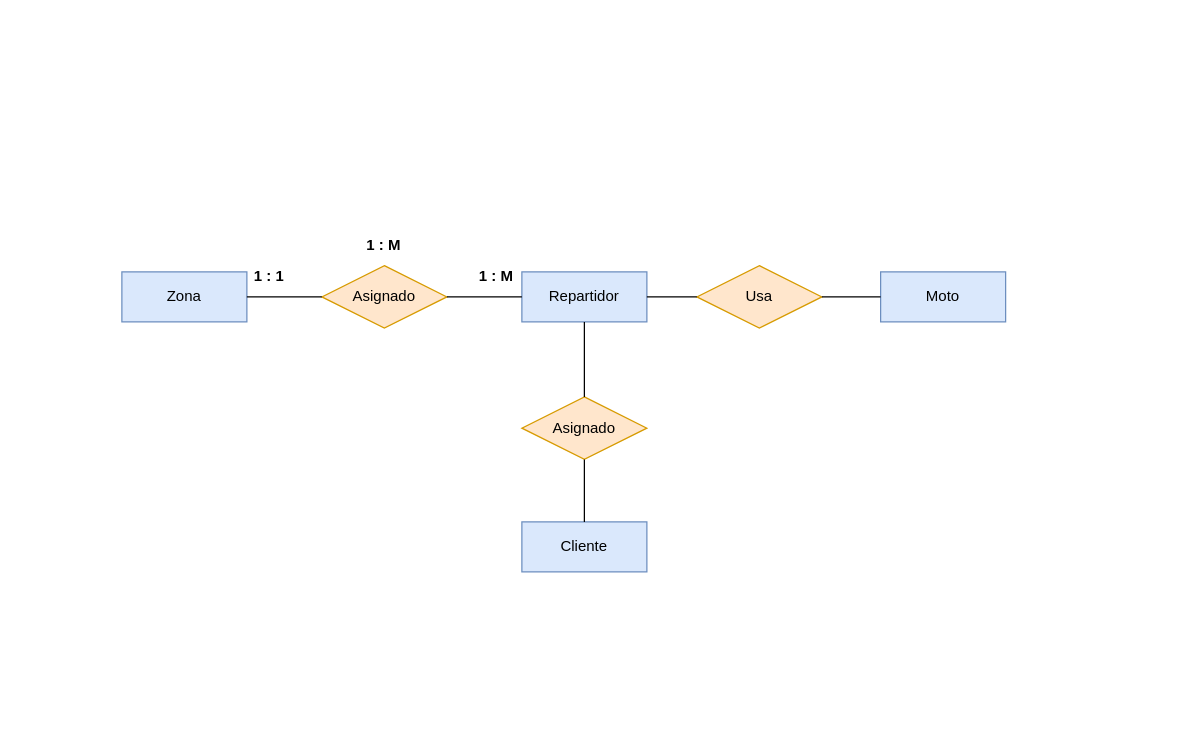
AngelDavidStudios/Diagramas_BdD_1 keeps this draw.io diagram as Progreso_1/TareaGrupal_P1_Diagrama_3.drawio. Above is the earlier version. Source tidied: cells renumbered, new cells numbered last; positions are measured from the earlier drawing's top-left corner, leaving out a move shared by most shapes. Both pictures are drawn from the tidied source at 125%, with x=0, y=0 at pixel (121, 228).
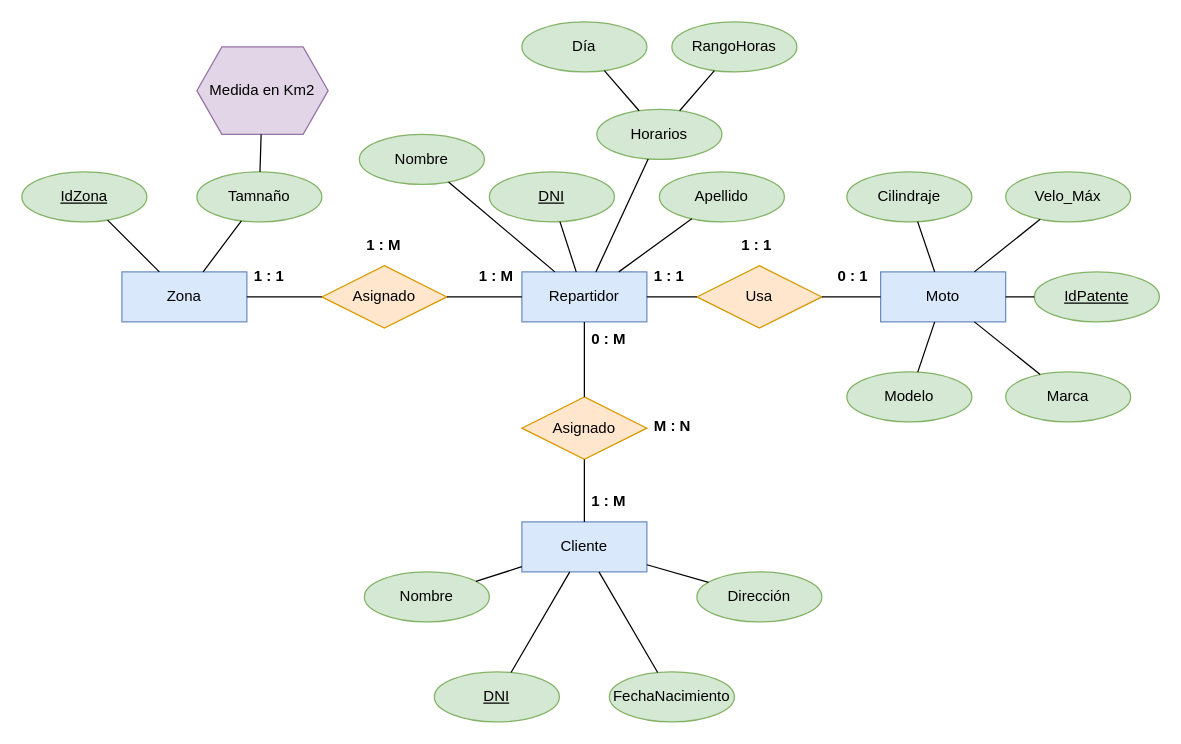
The same diagram, later.

Unchanged cells that the change refers to:
```xml
<mxCell id="2" value="Repartidor" style="whiteSpace=wrap;html=1;align=center;fillColor=#dae8fc;strokeColor=#6c8ebf;" parent="1" vertex="1">
  <mxGeometry x="320" y="35" width="100" height="40" as="geometry" />
</mxCell>
<mxCell id="3" value="Zona" style="whiteSpace=wrap;html=1;align=center;fillColor=#dae8fc;strokeColor=#6c8ebf;" parent="1" vertex="1">
  <mxGeometry y="35" width="100" height="40" as="geometry" />
</mxCell>
<mxCell id="4" value="Cliente" style="whiteSpace=wrap;html=1;align=center;fillColor=#dae8fc;strokeColor=#6c8ebf;" parent="1" vertex="1">
  <mxGeometry x="320" y="235" width="100" height="40" as="geometry" />
</mxCell>
<mxCell id="5" value="Moto" style="whiteSpace=wrap;html=1;align=center;fillColor=#dae8fc;strokeColor=#6c8ebf;" parent="1" vertex="1">
  <mxGeometry x="607" y="35" width="100" height="40" as="geometry" />
</mxCell>
```

What changed in the source:
```diff
@@
+    <mxCell id="18" value="M : N" style="text;strokeColor=none;fillColor=none;spacingLeft=4;spacingRight=4;overflow=hidden;fontSize=12;whiteSpace=wrap;html=1;fontStyle=1;" parent="1" vertex="1">
+      <mxGeometry x="420" y="145" width="40" height="30" as="geometry" />
+    </mxCell>
+    <mxCell id="19" value="0 : M" style="text;strokeColor=none;fillColor=none;spacingLeft=4;spacingRight=4;overflow=hidden;fontSize=12;whiteSpace=wrap;html=1;fontStyle=1;" parent="1" vertex="1">
+      <mxGeometry x="370" y="75" width="40" height="30" as="geometry" />
+    </mxCell>
+    <mxCell id="20" value="1 : M" style="text;strokeColor=none;fillColor=none;spacingLeft=4;spacingRight=4;overflow=hidden;fontSize=12;whiteSpace=wrap;html=1;fontStyle=1;" parent="1" vertex="1">
+      <mxGeometry x="370" y="205" width="40" height="30" as="geometry" />
+    </mxCell>
+    <mxCell id="21" value="1 : 1" style="text;strokeColor=none;fillColor=none;spacingLeft=4;spacingRight=4;overflow=hidden;fontSize=12;whiteSpace=wrap;html=1;fontStyle=1;" parent="1" vertex="1">
+      <mxGeometry x="490" width="40" height="30" as="geometry" />
+    </mxCell>
+    <mxCell id="22" value="0 : 1" style="text;strokeColor=none;fillColor=none;spacingLeft=4;spacingRight=4;overflow=hidden;fontSize=12;whiteSpace=wrap;html=1;fontStyle=1;" parent="1" vertex="1">
+      <mxGeometry x="567" y="25" width="40" height="30" as="geometry" />
+    </mxCell>
+    <mxCell id="23" value="1 : 1" style="text;strokeColor=none;fillColor=none;spacingLeft=4;spacingRight=4;overflow=hidden;fontSize=12;whiteSpace=wrap;html=1;fontStyle=1;" parent="1" vertex="1">
+      <mxGeometry x="420" y="25" width="40" height="30" as="geometry" />
+    </mxCell>
+    <mxCell id="24" value="DNI" style="ellipse;whiteSpace=wrap;html=1;align=center;fontStyle=4;fillColor=#d5e8d4;strokeColor=#82b366;" parent="1" vertex="1">
+      <mxGeometry x="294" y="-45" width="100" height="40" as="geometry" />
+    </mxCell>
+    <mxCell id="25" value="Nombre" style="ellipse;whiteSpace=wrap;html=1;align=center;fillColor=#d5e8d4;strokeColor=#82b366;" parent="1" vertex="1">
+      <mxGeometry x="190" y="-75" width="100" height="40" as="geometry" />
+    </mxCell>
+    <mxCell id="26" value="Apellido" style="ellipse;whiteSpace=wrap;html=1;align=center;fillColor=#d5e8d4;strokeColor=#82b366;" parent="1" vertex="1">
+      <mxGeometry x="430" y="-45" width="100" height="40" as="geometry" />
+    </mxCell>
+    <mxCell id="27" value="Horarios" style="ellipse;whiteSpace=wrap;html=1;align=center;fillColor=#d5e8d4;strokeColor=#82b366;" parent="1" vertex="1">
+      <mxGeometry x="380" y="-95" width="100" height="40" as="geometry" />
+    </mxCell>
+    <mxCell id="28" value="Día" style="ellipse;whiteSpace=wrap;html=1;align=center;fillColor=#d5e8d4;strokeColor=#82b366;" parent="1" vertex="1">
+      <mxGeometry x="320" y="-165" width="100" height="40" as="geometry" />
+    </mxCell>
+    <mxCell id="29" value="RangoHoras" style="ellipse;whiteSpace=wrap;html=1;align=center;fillColor=#d5e8d4;strokeColor=#82b366;" parent="1" vertex="1">
+      <mxGeometry x="440" y="-165" width="100" height="40" as="geometry" />
+    </mxCell>
+    <mxCell id="30" value="IdPatente" style="ellipse;whiteSpace=wrap;html=1;align=center;fontStyle=4;fillColor=#d5e8d4;strokeColor=#82b366;" parent="1" vertex="1">
+      <mxGeometry x="730" y="35" width="100" height="40" as="geometry" />
+    </mxCell>
+    <mxCell id="31" value="Cilindraje" style="ellipse;whiteSpace=wrap;html=1;align=center;fillColor=#d5e8d4;strokeColor=#82b366;" parent="1" vertex="1">
+      <mxGeometry x="580" y="-45" width="100" height="40" as="geometry" />
+    </mxCell>
+    <mxCell id="32" value="Marca" style="ellipse;whiteSpace=wrap;html=1;align=center;fillColor=#d5e8d4;strokeColor=#82b366;" parent="1" vertex="1">
+      <mxGeometry x="707" y="115" width="100" height="40" as="geometry" />
+    </mxCell>
+    <mxCell id="33" value="Modelo" style="ellipse;whiteSpace=wrap;html=1;align=center;fillColor=#d5e8d4;strokeColor=#82b366;" parent="1" vertex="1">
+      <mxGeometry x="580" y="115" width="100" height="40" as="geometry" />
+    </mxCell>
+    <mxCell id="34" style="endArrow=none;html=1;rounded=0;" parent="1" edge="1" source="31" target="5">
+      <mxGeometry relative="1" as="geometry" />
+    </mxCell>
+    <mxCell id="35" style="endArrow=none;html=1;rounded=0;" parent="1" edge="1" source="5" target="30">
+      <mxGeometry relative="1" as="geometry" />
+    </mxCell>
+    <mxCell id="36" style="endArrow=none;html=1;rounded=0;" parent="1" edge="1" source="5" target="33">
+      <mxGeometry relative="1" as="geometry" />
+    </mxCell>
+    <mxCell id="37" style="endArrow=none;html=1;rounded=0;" parent="1" edge="1" source="5" target="32">
+      <mxGeometry relative="1" as="geometry" />
+    </mxCell>
+    <mxCell id="38" value="Velo_Máx" style="ellipse;whiteSpace=wrap;html=1;align=center;fillColor=#d5e8d4;strokeColor=#82b366;" parent="1" vertex="1">
+      <mxGeometry x="707" y="-45" width="100" height="40" as="geometry" />
+    </mxCell>
+    <mxCell id="39" style="endArrow=none;html=1;rounded=0;" parent="1" edge="1" source="5" target="38">
+      <mxGeometry relative="1" as="geometry" />
+    </mxCell>
+    <mxCell id="40" value="DNI" style="ellipse;whiteSpace=wrap;html=1;align=center;fontStyle=4;fillColor=#d5e8d4;strokeColor=#82b366;" parent="1" vertex="1">
+      <mxGeometry x="250" y="355" width="100" height="40" as="geometry" />
+    </mxCell>
+    <mxCell id="41" value="Dirección" style="ellipse;whiteSpace=wrap;html=1;align=center;fillColor=#d5e8d4;strokeColor=#82b366;" parent="1" vertex="1">
+      <mxGeometry x="460" y="275" width="100" height="40" as="geometry" />
+    </mxCell>
+    <mxCell id="42" value="Nombre" style="ellipse;whiteSpace=wrap;html=1;align=center;fillColor=#d5e8d4;strokeColor=#82b366;" parent="1" vertex="1">
+      <mxGeometry x="194" y="275" width="100" height="40" as="geometry" />
+    </mxCell>
+    <mxCell id="43" value="FechaNacimiento" style="ellipse;whiteSpace=wrap;html=1;align=center;fillColor=#d5e8d4;strokeColor=#82b366;" parent="1" vertex="1">
+      <mxGeometry x="390" y="355" width="100" height="40" as="geometry" />
+    </mxCell>
+    <mxCell id="44" style="endArrow=none;html=1;rounded=0;" parent="1" edge="1" source="4" target="40">
+      <mxGeometry relative="1" as="geometry" />
+    </mxCell>
+    <mxCell id="45" style="endArrow=none;html=1;rounded=0;" parent="1" edge="1" source="4" target="43">
+      <mxGeometry relative="1" as="geometry" />
+    </mxCell>
+    <mxCell id="46" style="endArrow=none;html=1;rounded=0;" parent="1" edge="1" source="42" target="4">
+      <mxGeometry relative="1" as="geometry" />
+    </mxCell>
+    <mxCell id="47" style="endArrow=none;html=1;rounded=0;" parent="1" edge="1" source="4" target="41">
+      <mxGeometry relative="1" as="geometry" />
+    </mxCell>
+    <mxCell id="48" style="endArrow=none;html=1;rounded=0;" parent="1" edge="1" source="2" target="24">
+      <mxGeometry relative="1" as="geometry" />
+    </mxCell>
+    <mxCell id="49" style="endArrow=none;html=1;rounded=0;" parent="1" edge="1" source="25" target="2">
+      <mxGeometry relative="1" as="geometry" />
+    </mxCell>
+    <mxCell id="50" style="endArrow=none;html=1;rounded=0;" parent="1" edge="1" source="2" target="26">
+      <mxGeometry relative="1" as="geometry" />
+    </mxCell>
+    <mxCell id="51" style="endArrow=none;html=1;rounded=0;" parent="1" edge="1" source="27" target="2">
+      <mxGeometry relative="1" as="geometry" />
+    </mxCell>
+    <mxCell id="52" style="endArrow=none;html=1;rounded=0;" parent="1" edge="1" source="28" target="27">
+      <mxGeometry relative="1" as="geometry" />
+    </mxCell>
+    <mxCell id="53" style="endArrow=none;html=1;rounded=0;" parent="1" edge="1" source="29" target="27">
+      <mxGeometry relative="1" as="geometry" />
+    </mxCell>
+    <mxCell id="54" value="IdZona" style="ellipse;whiteSpace=wrap;html=1;align=center;fontStyle=4;fillColor=#d5e8d4;strokeColor=#82b366;" parent="1" vertex="1">
+      <mxGeometry x="-80" y="-45" width="100" height="40" as="geometry" />
+    </mxCell>
+    <mxCell id="55" value="Tamnaño" style="ellipse;whiteSpace=wrap;html=1;align=center;fillColor=#d5e8d4;strokeColor=#82b366;" parent="1" vertex="1">
+      <mxGeometry x="60" y="-45" width="100" height="40" as="geometry" />
+    </mxCell>
+    <mxCell id="56" style="endArrow=none;html=1;rounded=0;" parent="1" edge="1" source="54" target="3">
+      <mxGeometry relative="1" as="geometry" />
+    </mxCell>
+    <mxCell id="57" style="endArrow=none;html=1;rounded=0;" parent="1" edge="1" source="3" target="55">
+      <mxGeometry relative="1" as="geometry" />
+    </mxCell>
+    <mxCell id="58" value="Medida en Km2" style="shape=hexagon;perimeter=hexagonPerimeter2;whiteSpace=wrap;html=1;fixedSize=1;fillColor=#e1d5e7;strokeColor=#9673a6;" parent="1" vertex="1">
+      <mxGeometry x="60" y="-145" width="105" height="70" as="geometry" />
+    </mxCell>
+    <mxCell id="59" style="endArrow=none;html=1;rounded=0;" parent="1" edge="1" source="58" target="55">
+      <mxGeometry relative="1" as="geometry" />
+    </mxCell>
```
